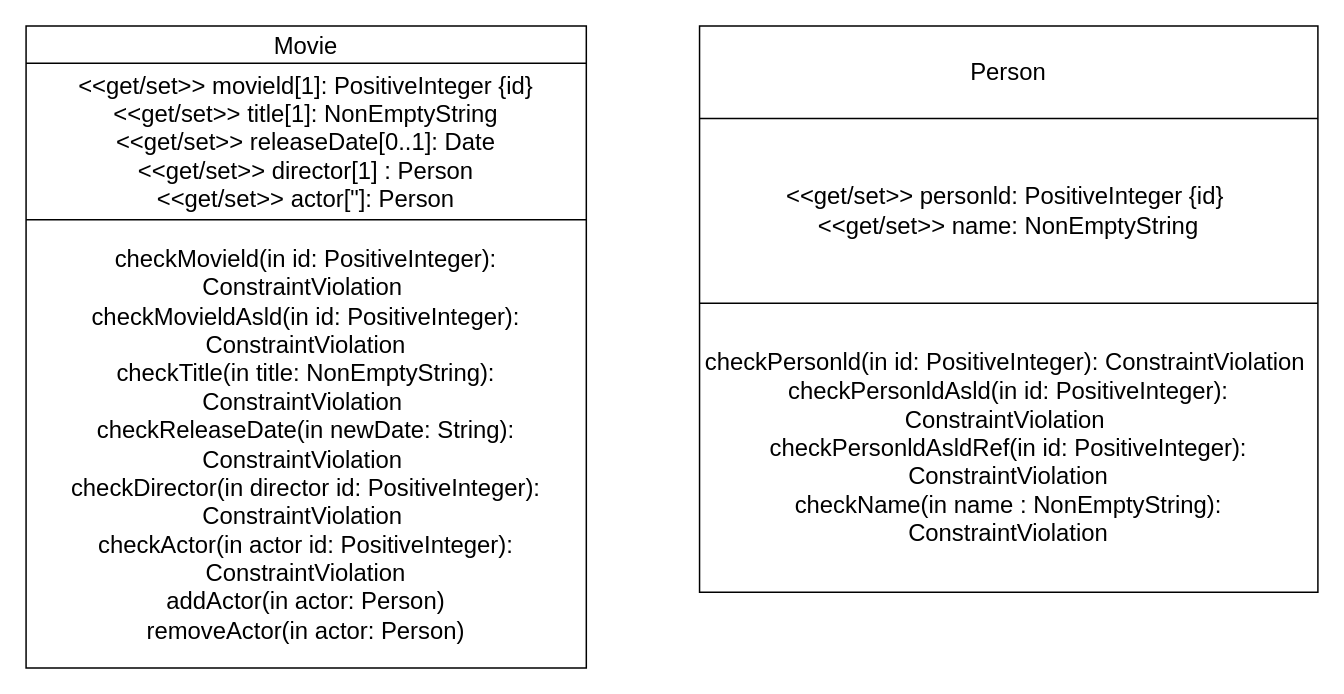
Above: docs/assignment4/js class_model.drawio in PramitKumar27/webapp23-bhaduri (draw.io), before the change. Source tidied: cells renumbered, new cells numbered last; positions are measured from the earlier drawing's top-left corner, leaving out a move shared by most shapes. Both pictures are drawn from the tidied source at 149%, with x=0, y=0 at pixel (25, 25).
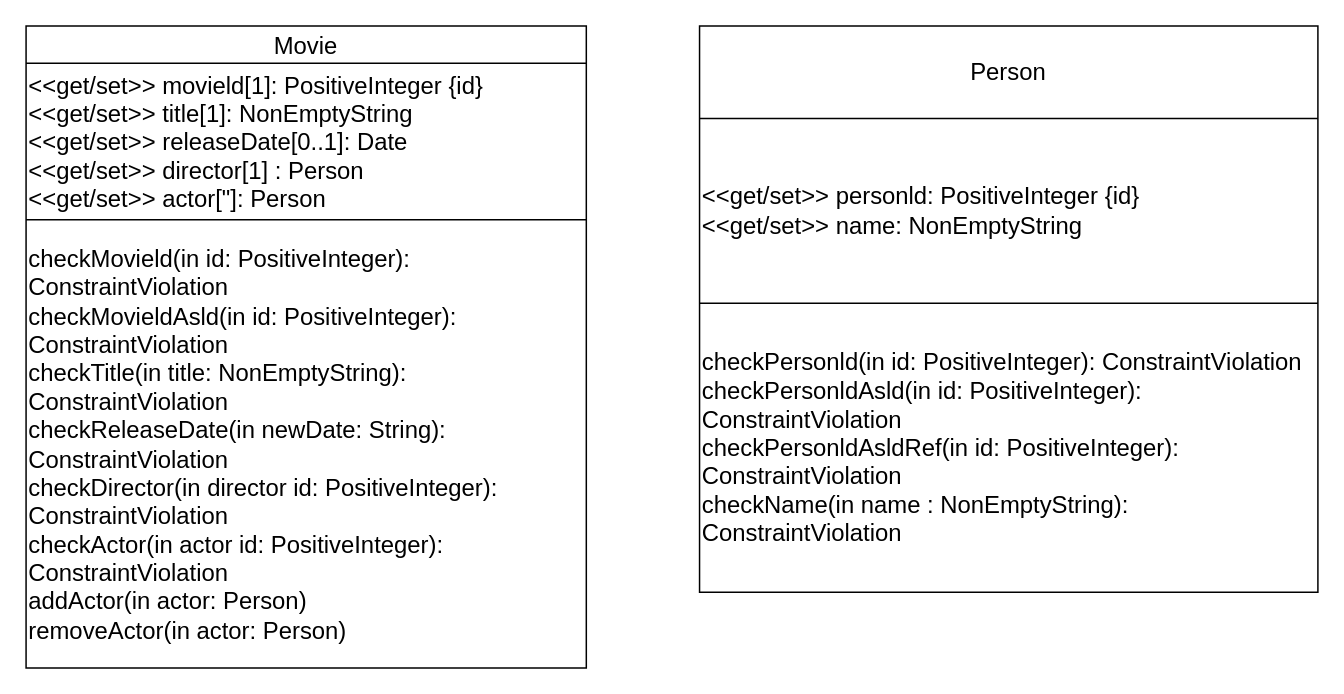
Above is the later version.

What changed in the source:
```diff
@@
 <mxGraphModel>
   <root>
     <mxCell id="0" />
     <mxCell id="1" parent="0" />
     <mxCell id="2" style="shape=table;startSize=0;childLayout=tableLayout;fontSize=16;" parent="1" vertex="1">
       <mxGeometry width="376" height="430.9" as="geometry" />
     </mxCell>
     <mxCell id="3" style="shape=tableRow;horizontal=0;startSize=0;swimlaneHead=0;swimlaneBody=0;strokeColor=inherit;top=0;left=0;bottom=0;right=0;fillColor=none;fontSize=16;" parent="2" vertex="1">
       <mxGeometry width="376" height="25" as="geometry" />
     </mxCell>
     <mxCell id="4" value="Movie" style="shape=partialRectangle;html=1;whiteSpace=wrap;strokeColor=inherit;overflow=hidden;fillColor=none;top=0;left=0;bottom=0;right=0;fontSize=16;" parent="3" vertex="1">
       <mxGeometry width="376" height="25" as="geometry" />
     </mxCell>
     <mxCell id="5" style="shape=tableRow;horizontal=0;startSize=0;swimlaneHead=0;swimlaneBody=0;strokeColor=inherit;top=0;left=0;bottom=0;right=0;fillColor=none;fontSize=16;" parent="2" vertex="1">
       <mxGeometry y="25" width="376" height="105" as="geometry" />
     </mxCell>
-    <mxCell id="6" value="&lt;div&gt;&amp;lt;&amp;lt;get/set&amp;gt;&amp;gt; movield[1]: PositiveInteger {id}&lt;/div&gt;&lt;div&gt;&amp;lt;&amp;lt;get/set&amp;gt;&amp;gt; title[1]: NonEmptyString&lt;/div&gt;&lt;div&gt;&amp;lt;&amp;lt;get/set&amp;gt;&amp;gt; releaseDate[0..1]: Date&lt;/div&gt;&lt;div&gt;&amp;lt;&amp;lt;get/set&amp;gt;&amp;gt; director[1] : Person&lt;/div&gt;&lt;div&gt;&amp;lt;&amp;lt;get/set&amp;gt;&amp;gt; actor[&quot;]: Person&lt;/div&gt;" style="shape=partialRectangle;html=1;whiteSpace=wrap;strokeColor=inherit;overflow=hidden;fillColor=none;top=0;left=0;bottom=0;right=0;fontSize=16;" parent="5" vertex="1">
+    <mxCell id="6" value="&lt;div&gt;&amp;lt;&amp;lt;get/set&amp;gt;&amp;gt; movield[1]: PositiveInteger {id}&lt;/div&gt;&lt;div&gt;&amp;lt;&amp;lt;get/set&amp;gt;&amp;gt; title[1]: NonEmptyString&lt;/div&gt;&lt;div&gt;&amp;lt;&amp;lt;get/set&amp;gt;&amp;gt; releaseDate[0..1]: Date&lt;/div&gt;&lt;div&gt;&amp;lt;&amp;lt;get/set&amp;gt;&amp;gt; director[1] : Person&lt;/div&gt;&lt;div&gt;&amp;lt;&amp;lt;get/set&amp;gt;&amp;gt; actor[&quot;]: Person&lt;/div&gt;" style="shape=partialRectangle;html=1;whiteSpace=wrap;strokeColor=inherit;overflow=hidden;fillColor=none;top=0;left=0;bottom=0;right=0;fontSize=16;align=left;" parent="5" vertex="1">
       <mxGeometry width="376" height="105" as="geometry" />
     </mxCell>
     <mxCell id="7" style="shape=tableRow;horizontal=0;startSize=0;swimlaneHead=0;swimlaneBody=0;strokeColor=inherit;top=0;left=0;bottom=0;right=0;fillColor=none;fontSize=16;" parent="2" vertex="1">
       <mxGeometry y="130" width="376" height="301" as="geometry" />
     </mxCell>
-    <mxCell id="8" value="&lt;div&gt;checkMovield(in id: PositiveInteger): ConstraintViolation&amp;nbsp;&lt;/div&gt;&lt;div&gt;checkMovieldAsld(in id: PositiveInteger): ConstraintViolation&lt;/div&gt;&lt;div&gt;checkTitle(in title: NonEmptyString): ConstraintViolation&amp;nbsp;&lt;/div&gt;&lt;div&gt;checkReleaseDate(in newDate: String): ConstraintViolation&amp;nbsp;&lt;/div&gt;&lt;div&gt;checkDirector(in director id: PositiveInteger): ConstraintViolation&amp;nbsp;&lt;/div&gt;&lt;div&gt;checkActor(in actor id: PositiveInteger): ConstraintViolation&lt;/div&gt;&lt;div&gt;addActor(in actor: Person)&lt;/div&gt;&lt;div&gt;removeActor(in actor: Person)&lt;/div&gt;" style="shape=partialRectangle;html=1;whiteSpace=wrap;strokeColor=inherit;overflow=hidden;fillColor=none;top=0;left=0;bottom=0;right=0;fontSize=16;" parent="7" vertex="1">
+    <mxCell id="8" value="&lt;div&gt;checkMovield(in id: PositiveInteger): ConstraintViolation&amp;nbsp;&lt;/div&gt;&lt;div&gt;checkMovieldAsld(in id: PositiveInteger): ConstraintViolation&lt;/div&gt;&lt;div&gt;checkTitle(in title: NonEmptyString): ConstraintViolation&amp;nbsp;&lt;/div&gt;&lt;div&gt;checkReleaseDate(in newDate: String): ConstraintViolation&amp;nbsp;&lt;/div&gt;&lt;div&gt;checkDirector(in director id: PositiveInteger): ConstraintViolation&amp;nbsp;&lt;/div&gt;&lt;div&gt;checkActor(in actor id: PositiveInteger): ConstraintViolation&lt;/div&gt;&lt;div&gt;addActor(in actor: Person)&lt;/div&gt;&lt;div&gt;removeActor(in actor: Person)&lt;/div&gt;" style="shape=partialRectangle;html=1;whiteSpace=wrap;strokeColor=inherit;overflow=hidden;fillColor=none;top=0;left=0;bottom=0;right=0;fontSize=16;align=left;" parent="7" vertex="1">
       <mxGeometry width="376" height="301" as="geometry" />
     </mxCell>
     <mxCell id="9" style="shape=table;startSize=0;childLayout=tableLayout;fontSize=16;" parent="1" vertex="1">
       <mxGeometry x="452" width="415" height="380" as="geometry" />
     </mxCell>
     <mxCell id="10" style="shape=tableRow;horizontal=0;startSize=0;swimlaneHead=0;swimlaneBody=0;strokeColor=inherit;top=0;left=0;bottom=0;right=0;fillColor=none;fontSize=16;" parent="9" vertex="1">
       <mxGeometry width="415" height="62" as="geometry" />
     </mxCell>
     <mxCell id="11" value="Person" style="shape=partialRectangle;html=1;whiteSpace=wrap;strokeColor=inherit;overflow=hidden;fillColor=none;top=0;left=0;bottom=0;right=0;fontSize=16;" parent="10" vertex="1">
       <mxGeometry width="415" height="62" as="geometry" />
     </mxCell>
     <mxCell id="12" style="shape=tableRow;horizontal=0;startSize=0;swimlaneHead=0;swimlaneBody=0;strokeColor=inherit;top=0;left=0;bottom=0;right=0;fillColor=none;fontSize=16;" parent="9" vertex="1">
       <mxGeometry y="62" width="415" height="124" as="geometry" />
     </mxCell>
-    <mxCell id="13" value="&lt;div&gt;&amp;lt;&amp;lt;get/set&amp;gt;&amp;gt; personld: PositiveInteger {id}&amp;nbsp;&lt;/div&gt;&lt;div&gt;&amp;lt;&amp;lt;get/set&amp;gt;&amp;gt; name: NonEmptyString&lt;/div&gt;" style="shape=partialRectangle;html=1;whiteSpace=wrap;strokeColor=inherit;overflow=hidden;fillColor=none;top=0;left=0;bottom=0;right=0;fontSize=16;" parent="12" vertex="1">
+    <mxCell id="13" value="&lt;div&gt;&amp;lt;&amp;lt;get/set&amp;gt;&amp;gt; personld: PositiveInteger {id}&amp;nbsp;&lt;/div&gt;&lt;div&gt;&amp;lt;&amp;lt;get/set&amp;gt;&amp;gt; name: NonEmptyString&lt;/div&gt;" style="shape=partialRectangle;html=1;whiteSpace=wrap;strokeColor=inherit;overflow=hidden;fillColor=none;top=0;left=0;bottom=0;right=0;fontSize=16;align=left;" parent="12" vertex="1">
       <mxGeometry width="415" height="124" as="geometry" />
     </mxCell>
     <mxCell id="14" style="shape=tableRow;horizontal=0;startSize=0;swimlaneHead=0;swimlaneBody=0;strokeColor=inherit;top=0;left=0;bottom=0;right=0;fillColor=none;fontSize=16;" parent="9" vertex="1">
       <mxGeometry y="186" width="415" height="194" as="geometry" />
     </mxCell>
-    <mxCell id="15" value="&lt;div&gt;checkPersonld(in id: PositiveInteger): ConstraintViolation&amp;nbsp;&lt;/div&gt;&lt;div&gt;checkPersonldAsld(in id: PositiveInteger): ConstraintViolation&amp;nbsp;&lt;/div&gt;&lt;div&gt;checkPersonldAsldRef(in id: PositiveInteger): ConstraintViolation&lt;/div&gt;&lt;div&gt;checkName(in name : NonEmptyString): ConstraintViolation&lt;/div&gt;" style="shape=partialRectangle;html=1;whiteSpace=wrap;strokeColor=inherit;overflow=hidden;fillColor=none;top=0;left=0;bottom=0;right=0;fontSize=16;" parent="14" vertex="1">
+    <mxCell id="15" value="&lt;div&gt;checkPersonld(in id: PositiveInteger): ConstraintViolation&amp;nbsp;&lt;/div&gt;&lt;div&gt;checkPersonldAsld(in id: PositiveInteger): ConstraintViolation&amp;nbsp;&lt;/div&gt;&lt;div&gt;checkPersonldAsldRef(in id: PositiveInteger): ConstraintViolation&lt;/div&gt;&lt;div&gt;checkName(in name : NonEmptyString): ConstraintViolation&lt;/div&gt;" style="shape=partialRectangle;html=1;whiteSpace=wrap;strokeColor=inherit;overflow=hidden;fillColor=none;top=0;left=0;bottom=0;right=0;fontSize=16;align=left;" parent="14" vertex="1">
       <mxGeometry width="415" height="194" as="geometry" />
     </mxCell>
   </root>
 </mxGraphModel>
```
